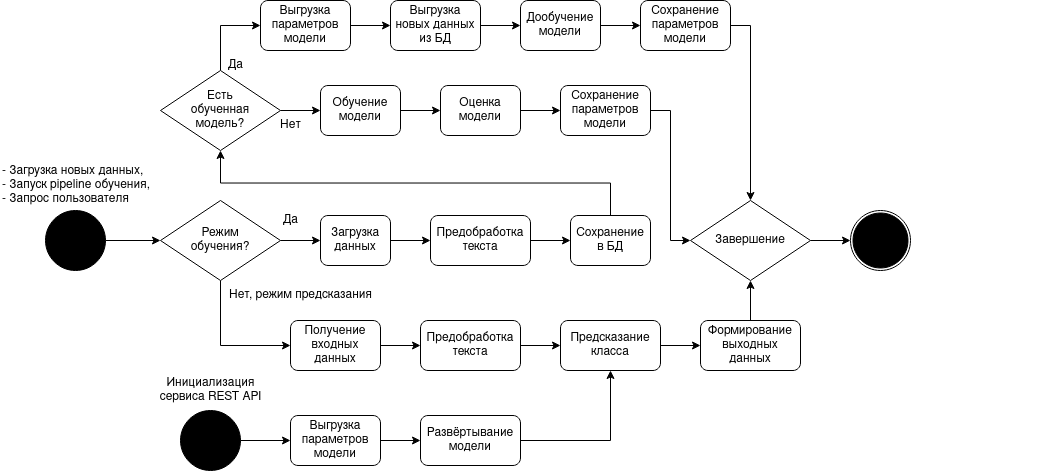
MANASLU8/ahri-source keeps this draw.io diagram as docs/project/news-category-classification/img/4-activity.png. Above is the earlier version. Source tidied: cells renumbered, new cells last; positions are measured from the earlier drawing's top-left corner, leaving out a move shared by most shapes.
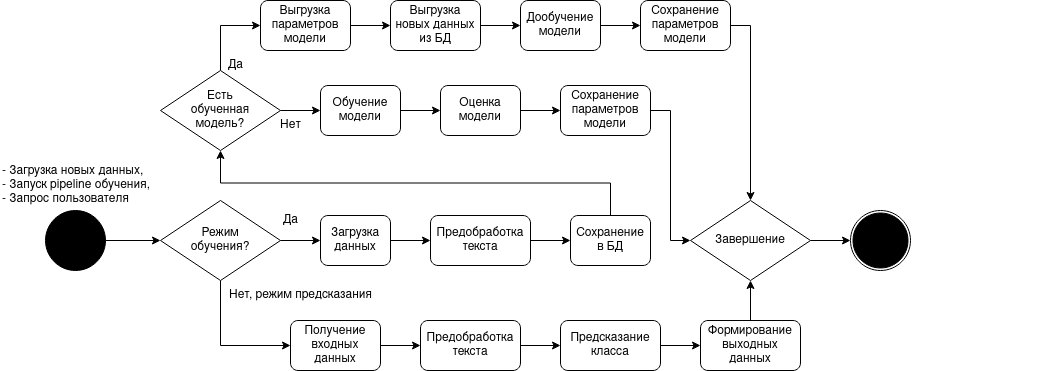
After the commit.

Commit message:
[news-category-classification] Fix descriptions & diagrams

The edit, as a diff of the source:
```diff
@@ -128,18 +128,6 @@
     <mxCell id="43" value="Завершение" style="rhombus;whiteSpace=wrap;html=1;" parent="1" vertex="1">
       <mxGeometry x="690" y="200" width="120" height="80" as="geometry" />
     </mxCell>
-    <mxCell id="44" style="edgeStyle=orthogonalEdgeStyle;rounded=0;jettySize=auto;html=1;" parent="1" edge="1" source="45" target="47">
-      <mxGeometry relative="1" as="geometry" />
-    </mxCell>
-    <mxCell id="45" value="Выгрузка параметров модели" style="rounded=1;whiteSpace=wrap;html=1;" parent="1" vertex="1">
-      <mxGeometry x="290" y="415" width="90" height="50" as="geometry" />
-    </mxCell>
-    <mxCell id="46" style="edgeStyle=orthogonalEdgeStyle;rounded=0;jettySize=auto;html=1;entryX=0.5;entryY=1;entryDx=0;entryDy=0;" parent="1" edge="1" source="47" target="36">
-      <mxGeometry relative="1" as="geometry" />
-    </mxCell>
-    <mxCell id="47" value="Развёртывание модели" style="rounded=1;whiteSpace=wrap;html=1;" parent="1" vertex="1">
-      <mxGeometry x="420" y="415" width="100" height="50" as="geometry" />
-    </mxCell>
     <mxCell id="48" value="Нет, режим предсказания" style="text;html=1;align=center;verticalAlign=middle;strokeColor=none;fillColor=none;" parent="1" vertex="1">
       <mxGeometry x="215" y="280" width="170" height="30" as="geometry" />
     </mxCell>
@@ -152,14 +140,5 @@
     <mxCell id="51" value="- Загрузка новых данных,&lt;br&gt;- Запуск pipeline обучения,&lt;br&gt;- Запрос пользователя" style="text;html=1;strokeColor=none;fillColor=none;align=left;verticalAlign=middle;whiteSpace=wrap;rounded=0;" parent="1" vertex="1">
       <mxGeometry y="160" width="150" height="50" as="geometry" />
     </mxCell>
-    <mxCell id="52" style="edgeStyle=orthogonalEdgeStyle;rounded=0;jettySize=auto;html=1;" parent="1" edge="1" source="53" target="45">
-      <mxGeometry relative="1" as="geometry" />
-    </mxCell>
-    <mxCell id="53" style="ellipse;whiteSpace=wrap;html=1;fillColor=#000000;" parent="1" vertex="1">
-      <mxGeometry x="180" y="410" width="60" height="60" as="geometry" />
-    </mxCell>
-    <mxCell id="54" value="Инициализация&lt;br&gt;сервиса REST API" style="text;html=1;align=center;verticalAlign=middle;strokeColor=none;fillColor=none;" parent="1" vertex="1">
-      <mxGeometry x="145" y="370" width="130" height="40" as="geometry" />
-    </mxCell>
   </root>
 </mxGraphModel>
```
